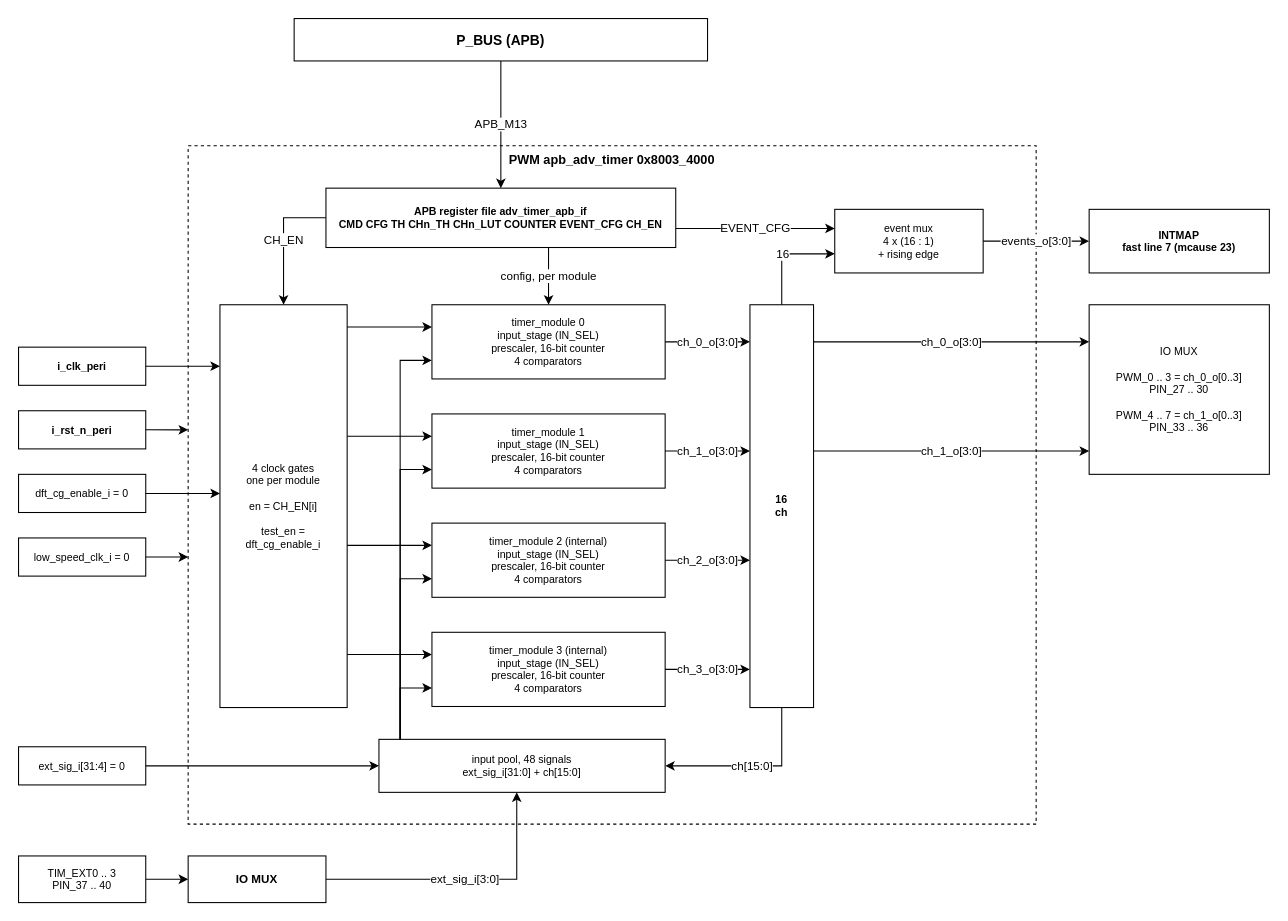
The draw.io diagram page "The PWM block and where its outputs go" (3 of 3) of doc/drawio/QNSC_Timer_PWM.drawio in quynhonsemiconductor/vlsi_deep_training, before the edit. Source tidied: cells renumbered, new cells numbered last; positions are measured from the earlier drawing's top-left corner, leaving out a move shared by most shapes. Both pictures are drawn from the tidied source at 106%, with x=0, y=0 at pixel (18, 18).
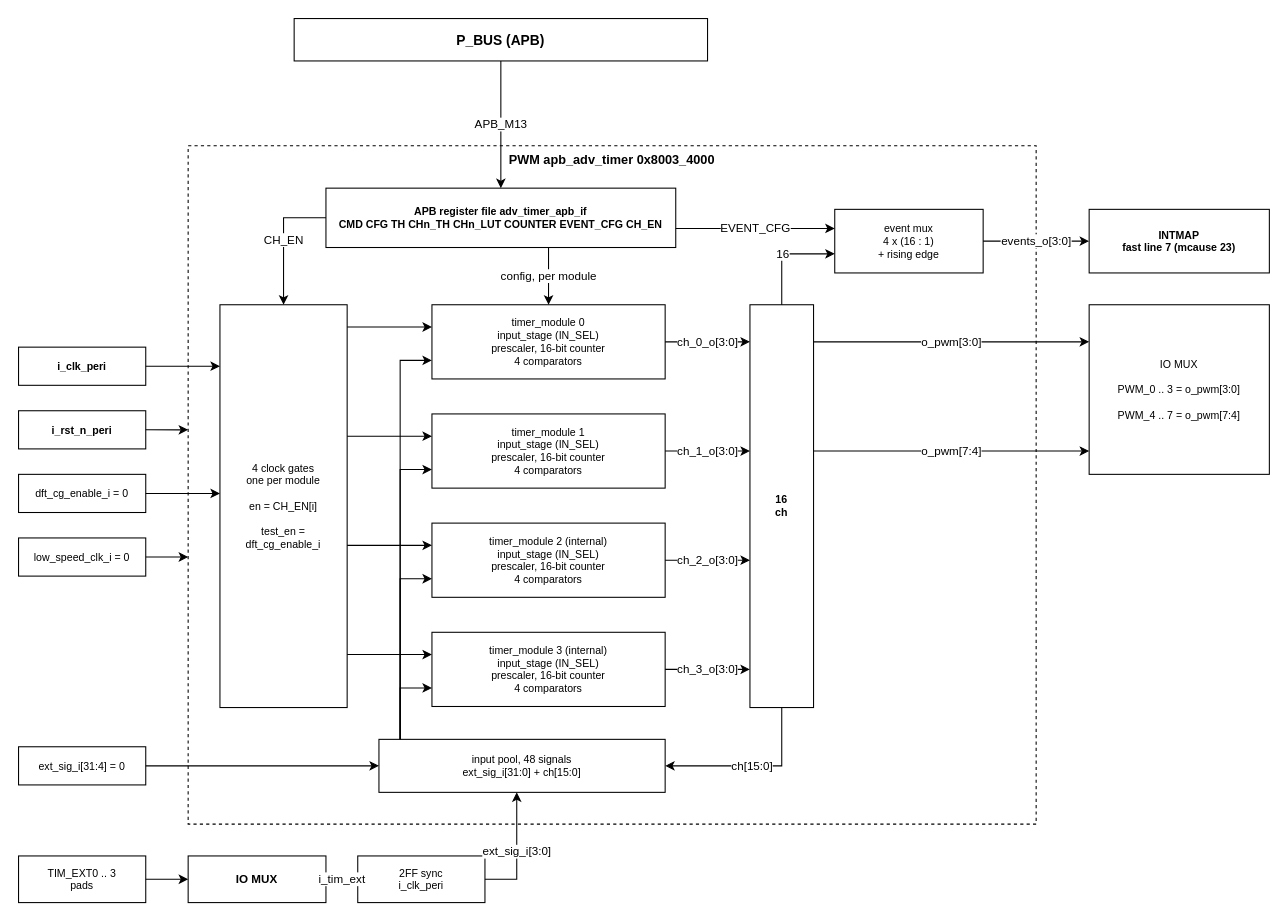
The same page after the edit.

Unchanged cells that the change refers to:
```xml
<mxCell id="10" value="16&#10;ch" style="rounded=0;whiteSpace=wrap;html=1;fillColor=#ffffff;strokeColor=#000000;fontSize=10;dashed=0;fontStyle=1;verticalAlign=middle;" parent="1" vertex="1">
  <mxGeometry x="690" y="270" width="60" height="380" as="geometry" />
</mxCell>
<mxCell id="11" value="input pool, 48 signals&#10;ext_sig_i[31:0] + ch[15:0]" style="rounded=0;whiteSpace=wrap;html=1;fillColor=#ffffff;strokeColor=#000000;fontSize=10;dashed=0;verticalAlign=middle;" parent="1" vertex="1">
  <mxGeometry x="340" y="680" width="270" height="50" as="geometry" />
</mxCell>
<mxCell id="19" value="IO MUX" style="rounded=0;whiteSpace=wrap;html=1;fillColor=#ffffff;strokeColor=#000000;fontSize=11;dashed=0;fontStyle=1;verticalAlign=middle;" parent="1" vertex="1">
  <mxGeometry x="160" y="790" width="130" height="44" as="geometry" />
</mxCell>
```

Diff of the diagram source:
```diff
@@
-    <mxCell id="18" value="TIM_EXT0 .. 3&#10;PIN_37 .. 40" style="rounded=0;whiteSpace=wrap;html=1;fillColor=#ffffff;strokeColor=#000000;fontSize=10;dashed=0;verticalAlign=middle;" parent="1" vertex="1">
+    <mxCell id="18" value="TIM_EXT0 .. 3&#10;pads" style="rounded=0;whiteSpace=wrap;html=1;fillColor=#ffffff;strokeColor=#000000;fontSize=10;dashed=0;verticalAlign=middle;" parent="1" vertex="1">
       <mxGeometry y="790" width="120" height="44" as="geometry" />
     </mxCell>
@@
+    <mxCell id="50" value="2FF sync&#10;i_clk_peri" style="rounded=0;whiteSpace=wrap;html=1;fillColor=#ffffff;strokeColor=#000000;fontSize=10;dashed=0;verticalAlign=middle;" parent="1" vertex="1">
+      <mxGeometry x="320" y="790" width="120" height="44" as="geometry" />
+    </mxCell>
@@
-    <mxCell id="21" value="IO MUX&#10;&#10;PWM_0 .. 3 = ch_0_o[0..3]&#10;PIN_27 .. 30&#10;&#10;PWM_4 .. 7 = ch_1_o[0..3]&#10;PIN_33 .. 36" style="rounded=0;whiteSpace=wrap;html=1;fillColor=#ffffff;strokeColor=#000000;fontSize=10;dashed=0;verticalAlign=middle;" parent="1" vertex="1">
+    <mxCell id="21" value="IO MUX&#10;&#10;PWM_0 .. 3 = o_pwm[3:0]&#10;&#10;PWM_4 .. 7 = o_pwm[7:4]" style="rounded=0;whiteSpace=wrap;html=1;fillColor=#ffffff;strokeColor=#000000;fontSize=10;dashed=0;verticalAlign=middle;" parent="1" vertex="1">
       <mxGeometry x="1010" y="270" width="170" height="160" as="geometry" />
     </mxCell>
@@
-    <mxCell id="42" value="ch_0_o[3:0]" style="edgeStyle=orthogonalEdgeStyle;rounded=0;html=1;exitX=1.0;exitY=0.09209999999999997;entryX=0.0;entryY=0.21879999999999988;exitDx=0;exitDy=0;entryDx=0;entryDy=0;" parent="1" edge="1" source="10" target="21">
+    <mxCell id="42" value="o_pwm[3:0]" style="edgeStyle=orthogonalEdgeStyle;rounded=0;html=1;exitX=1.0;exitY=0.09209999999999997;entryX=0.0;entryY=0.21879999999999988;exitDx=0;exitDy=0;entryDx=0;entryDy=0;" parent="1" edge="1" source="10" target="21">
       <mxGeometry relative="1" as="geometry" />
     </mxCell>
-    <mxCell id="43" value="ch_1_o[3:0]" style="edgeStyle=orthogonalEdgeStyle;rounded=0;html=1;exitX=1.0;exitY=0.3632000000000001;entryX=0.0;entryY=0.8625;exitDx=0;exitDy=0;entryDx=0;entryDy=0;" parent="1" edge="1" source="10" target="21">
+    <mxCell id="43" value="o_pwm[7:4]" style="edgeStyle=orthogonalEdgeStyle;rounded=0;html=1;exitX=1.0;exitY=0.3632000000000001;entryX=0.0;entryY=0.8625;exitDx=0;exitDy=0;entryDx=0;entryDy=0;" parent="1" edge="1" source="10" target="21">
       <mxGeometry relative="1" as="geometry" />
     </mxCell>
@@
+    <mxCell id="51" value="i_tim_ext" style="edgeStyle=orthogonalEdgeStyle;rounded=0;html=1;exitX=1.0;exitY=0.5;entryX=0.0;entryY=0.5;exitDx=0;exitDy=0;entryDx=0;entryDy=0;" parent="1" edge="1" source="19" target="50">
+      <mxGeometry relative="1" as="geometry" />
+    </mxCell>
-    <mxCell id="49" value="ext_sig_i[3:0]" style="edgeStyle=orthogonalEdgeStyle;rounded=0;html=1;exitX=1.0;exitY=0.5;entryX=0.4815;entryY=1.0;exitDx=0;exitDy=0;entryDx=0;entryDy=0;" parent="1" edge="1" source="19" target="11">
+    <mxCell id="49" value="ext_sig_i[3:0]" style="edgeStyle=orthogonalEdgeStyle;rounded=0;html=1;exitX=1.0;exitY=0.5;entryX=0.4815;entryY=1.0;exitDx=0;exitDy=0;entryDx=0;entryDy=0;" parent="1" edge="1" source="50" target="11">
       <mxGeometry relative="1" as="geometry" />
     </mxCell>
```
